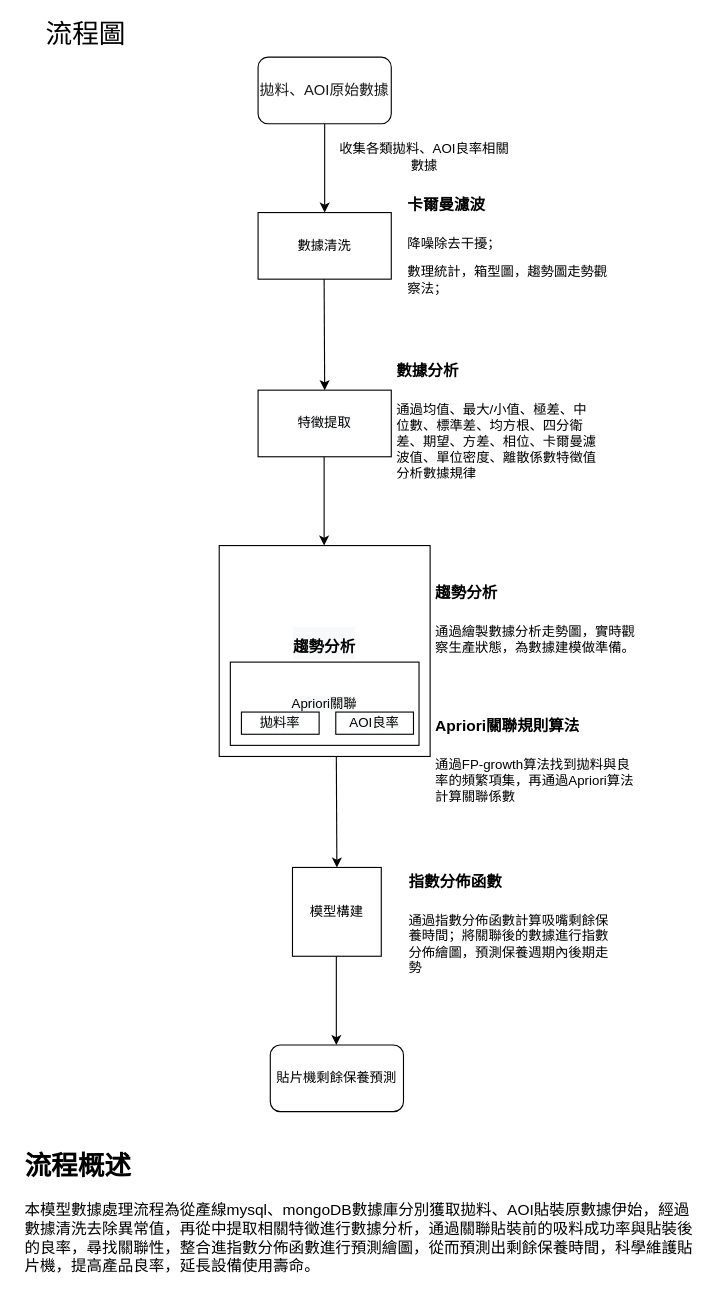
Before: Untitled Diagram.drawio in pioneer145790/manual-location, a draw.io diagram. Source tidied: cells renumbered, new cells numbered last; positions are measured from the earlier drawing's top-left corner, leaving out a move shared by most shapes. Both pictures are drawn from the tidied source at 111%, with x=0, y=0 at pixel (19, 23).
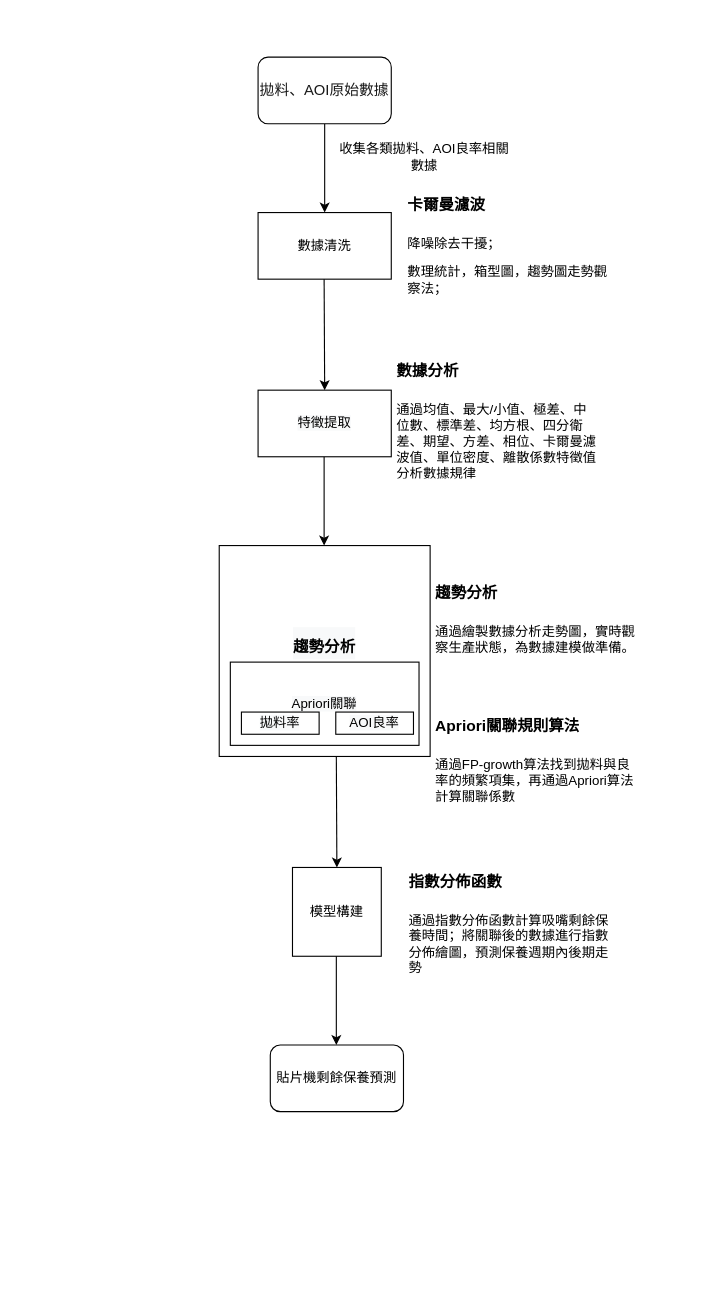
The same page after the edit.

The edit, as a diff of the source:
```diff
@@
-    <mxCell id="15" value="&lt;h1&gt;流程概述&lt;/h1&gt;&lt;p&gt;&lt;span style=&quot;font-size: 14px&quot;&gt;本模型數據處理流程為從產線mysql、mongoDB數據庫分別獲取拋料、AOI貼裝原數據伊始，經過數據清洗去除異常值，再從中提取相關特徵進行數據分析，通過關聯貼裝前的吸料成功率與貼裝後的良率，尋找關聯性，整合進指數分佈函數進行預測繪圖，從而預測出剩餘保養時間，科學維護貼片機，提高產品良率，延長設備使用壽命。&lt;/span&gt;&lt;/p&gt;" style="text;html=1;strokeColor=none;fillColor=none;spacing=5;spacingTop=-20;whiteSpace=wrap;overflow=hidden;rounded=0;" parent="1" vertex="1">
-      <mxGeometry y="1010" width="610" height="120" as="geometry" />
-    </mxCell>
-    <mxCell id="16" value="&lt;font style=&quot;font-size: 24px&quot;&gt;流程圖&lt;/font&gt;" style="text;html=1;strokeColor=none;fillColor=none;align=center;verticalAlign=middle;whiteSpace=wrap;rounded=0;" parent="1" vertex="1">
-      <mxGeometry width="120" height="20" as="geometry" />
-    </mxCell>
```
